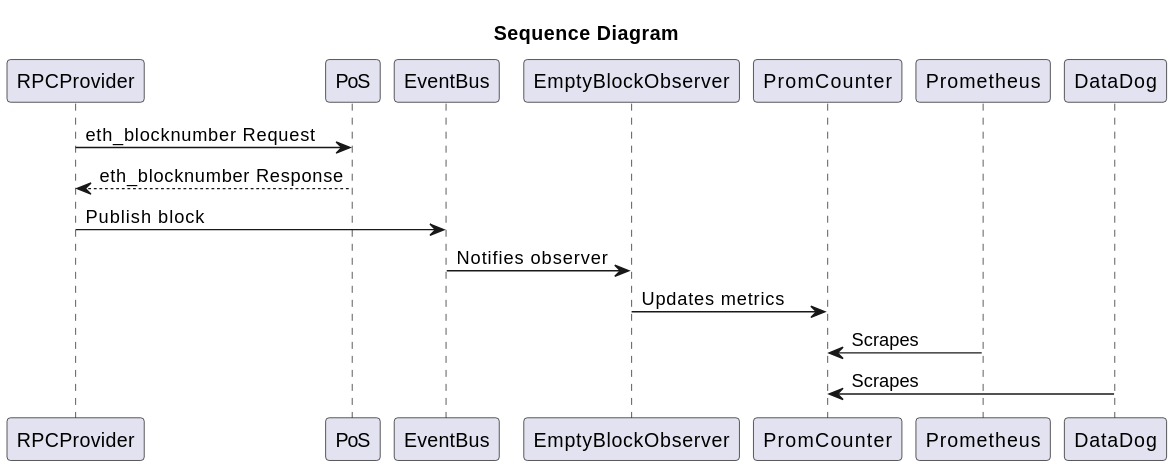
Above: docs/sequence-diagram.svg in shibaone/panoptichain (PlantUML), before the change. The source it was exported from:
```plantuml
@startuml
title Sequence Diagram

participant RPCProvider
participant PoS
participant EventBus
participant EmptyBlockObserver
participant PromCounter
participant Prometheus
participant DataDog

RPCProvider -> PoS: eth_blocknumber Request
RPCProvider <-- PoS: eth_blocknumber Response
RPCProvider -> EventBus: Publish block
EventBus -> EmptyBlockObserver: Notifies observer
EmptyBlockObserver -> PromCounter: Updates metrics
Prometheus -> PromCounter: Scrapes
DataDog -> PromCounter: Scrapes
@enduml
```
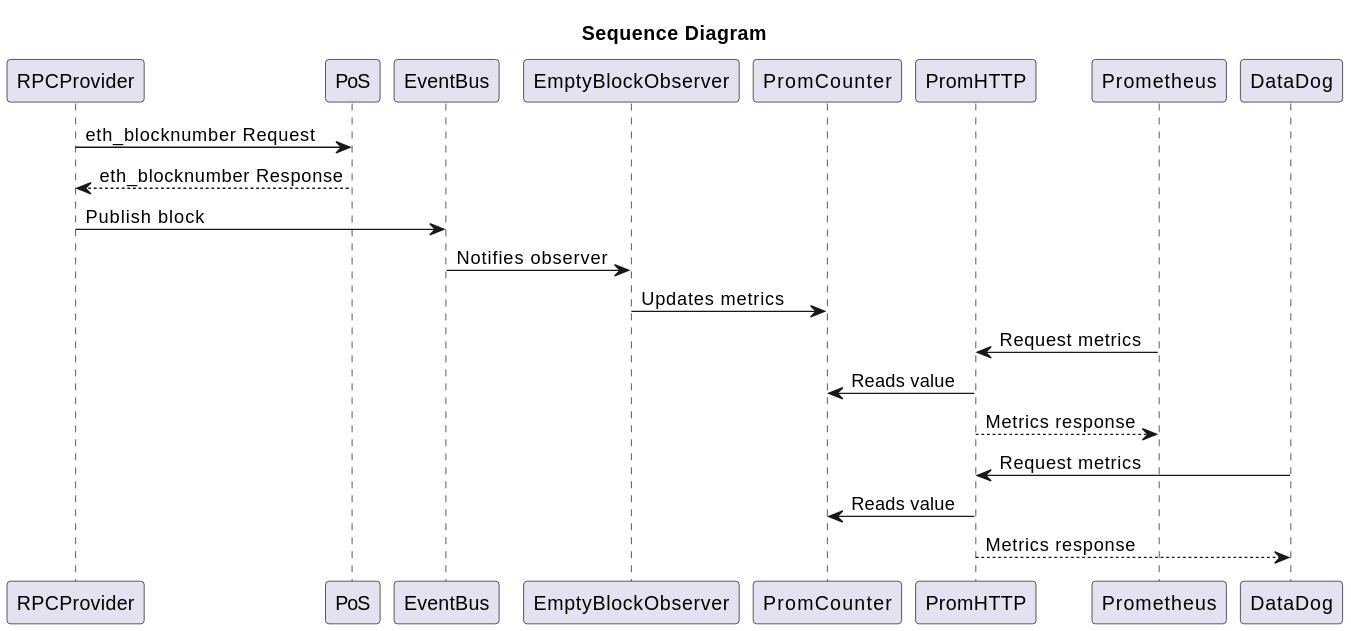
The same diagram one commit later.

What changed in the source:
```diff
@@ -6,6 +6,7 @@
 participant EventBus
 participant EmptyBlockObserver
 participant PromCounter
+participant PromHTTP
 participant Prometheus
 participant DataDog
 
@@ -14,6 +15,10 @@
 RPCProvider -> EventBus: Publish block
 EventBus -> EmptyBlockObserver: Notifies observer
 EmptyBlockObserver -> PromCounter: Updates metrics
-Prometheus -> PromCounter: Scrapes
-DataDog -> PromCounter: Scrapes
+Prometheus -> PromHTTP: Request metrics
+PromHTTP -> PromCounter: Reads value
+Prometheus <-- PromHTTP: Metrics response
+DataDog -> PromHTTP: Request metrics
+PromHTTP -> PromCounter: Reads value
+DataDog <-- PromHTTP: Metrics response
 @enduml
```
